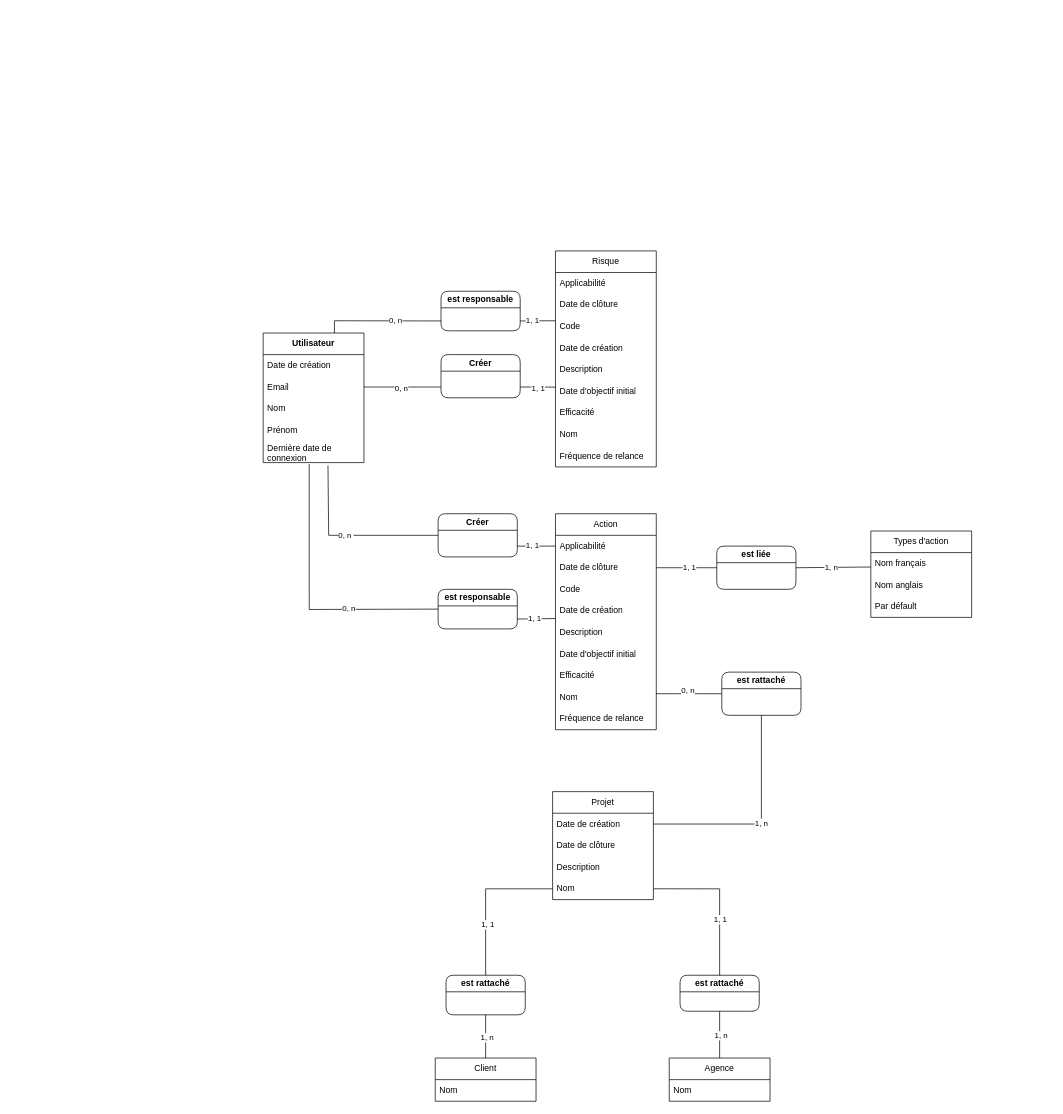
AlexandreLefay/GDR-CDA.draw.io keeps this draw.io diagram as mcd.drawio. Above is the earlier version. Source tidied: cells renumbered, new cells numbered last; positions are measured from the earlier drawing's top-left corner, leaving out a move shared by most shapes. Both pictures are drawn from the tidied source at 72%, with x=0, y=0 at pixel (263, 251).
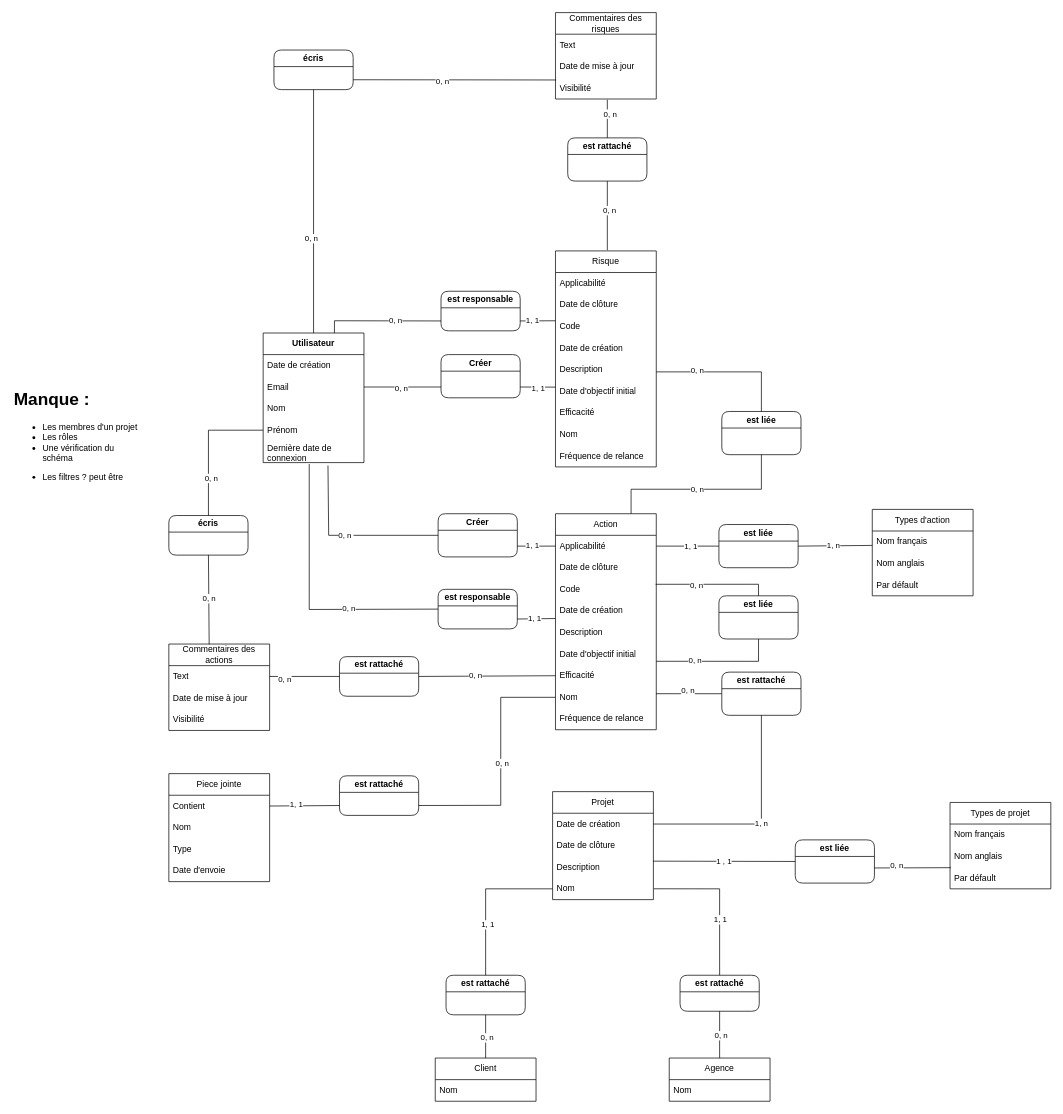
The same diagram, later.

Commit message:
Ajout des commentaires, pj.drawio

The change refers to these unchanged cells:
```xml
<mxCell id="7" value="&lt;b&gt;Utilisateur&lt;/b&gt;" style="swimlane;fontStyle=0;horizontal=1;startSize=30;whiteSpace=wrap;html=1;" parent="1" vertex="1">
  <mxGeometry y="114" width="140" height="180" as="geometry" />
</mxCell>
<mxCell id="11" value="Prénom" style="text;strokeColor=none;fillColor=none;align=left;verticalAlign=middle;spacingLeft=4;spacingRight=4;overflow=hidden;points=[[0,0.5],[1,0.5]];portConstraint=eastwest;whiteSpace=wrap;html=1;" parent="7" vertex="1">
  <mxGeometry y="120" width="140" height="30" as="geometry" />
</mxCell>
<mxCell id="13" value="Action" style="swimlane;fontStyle=0;horizontal=1;startSize=30;whiteSpace=wrap;html=1;" parent="1" vertex="1">
  <mxGeometry x="406" y="365" width="140" height="300" as="geometry" />
</mxCell>
<mxCell id="14" value="Applicabilité" style="text;strokeColor=none;fillColor=none;align=left;verticalAlign=middle;spacingLeft=4;spacingRight=4;overflow=hidden;points=[[0,0.5],[1,0.5]];portConstraint=eastwest;whiteSpace=wrap;html=1;" parent="13" vertex="1">
  <mxGeometry y="30" width="140" height="30" as="geometry" />
</mxCell>
<mxCell id="15" value="Date de clôture" style="text;strokeColor=none;fillColor=none;align=left;verticalAlign=middle;spacingLeft=4;spacingRight=4;overflow=hidden;points=[[0,0.5],[1,0.5]];portConstraint=eastwest;whiteSpace=wrap;html=1;" parent="13" vertex="1">
  <mxGeometry y="60" width="140" height="30" as="geometry" />
</mxCell>
<mxCell id="16" value="Code" style="text;strokeColor=none;fillColor=none;align=left;verticalAlign=middle;spacingLeft=4;spacingRight=4;overflow=hidden;points=[[0,0.5],[1,0.5]];portConstraint=eastwest;whiteSpace=wrap;html=1;" parent="13" vertex="1">
  <mxGeometry y="90" width="140" height="30" as="geometry" />
</mxCell>
<mxCell id="19" value="Date d'objectif initial" style="text;strokeColor=none;fillColor=none;align=left;verticalAlign=middle;spacingLeft=4;spacingRight=4;overflow=hidden;points=[[0,0.5],[1,0.5]];portConstraint=eastwest;whiteSpace=wrap;html=1;" parent="13" vertex="1">
  <mxGeometry y="180" width="140" height="30" as="geometry" />
</mxCell>
<mxCell id="20" value="Efficacité" style="text;strokeColor=none;fillColor=none;align=left;verticalAlign=middle;spacingLeft=4;spacingRight=4;overflow=hidden;points=[[0,0.5],[1,0.5]];portConstraint=eastwest;whiteSpace=wrap;html=1;" parent="13" vertex="1">
  <mxGeometry y="210" width="140" height="30" as="geometry" />
</mxCell>
<mxCell id="21" value="Nom" style="text;strokeColor=none;fillColor=none;align=left;verticalAlign=middle;spacingLeft=4;spacingRight=4;overflow=hidden;points=[[0,0.5],[1,0.5]];portConstraint=eastwest;whiteSpace=wrap;html=1;" parent="13" vertex="1">
  <mxGeometry y="240" width="140" height="30" as="geometry" />
</mxCell>
<mxCell id="40" value="Description" style="text;strokeColor=none;fillColor=none;align=left;verticalAlign=middle;spacingLeft=4;spacingRight=4;overflow=hidden;points=[[0,0.5],[1,0.5]];portConstraint=eastwest;whiteSpace=wrap;html=1;" parent="37" vertex="1">
  <mxGeometry y="90" width="140" height="30" as="geometry" />
</mxCell>
<mxCell id="47" style="endArrow=none;html=1;rounded=0;entryX=0;entryY=0.5;entryDx=0;entryDy=0;exitX=0.5;exitY=1;exitDx=0;exitDy=0;" parent="1" edge="1" source="44">
  <mxGeometry relative="1" as="geometry">
    <mxPoint x="309" y="1121" as="targetPoint" />
  </mxGeometry>
</mxCell>
<mxCell id="54" style="endArrow=none;html=1;rounded=0;entryX=0.5;entryY=0;entryDx=0;entryDy=0;exitX=0.5;exitY=1;exitDx=0;exitDy=0;" parent="1" edge="1" source="51" target="49">
  <mxGeometry relative="1" as="geometry" />
</mxCell>
```

Diff of the diagram source:
```diff
@@
     <mxCell id="23" value="Types d'action" style="swimlane;fontStyle=0;horizontal=1;startSize=30;whiteSpace=wrap;html=1;" parent="1" vertex="1">
-      <mxGeometry x="844" y="389" width="140" height="120" as="geometry" />
+      <mxGeometry x="846" y="359" width="140" height="120" as="geometry" />
     </mxCell>
@@
     <mxCell id="27" value="est liée" style="swimlane;whiteSpace=wrap;html=1;rounded=1;" parent="1" vertex="1">
-      <mxGeometry x="630" y="410" width="110" height="60" as="geometry" />
+      <mxGeometry x="633" y="380" width="110" height="60" as="geometry" />
     </mxCell>
-    <mxCell id="28" style="endArrow=none;html=1;rounded=0;entryX=0;entryY=0.5;entryDx=0;entryDy=0;exitX=1;exitY=0.5;exitDx=0;exitDy=0;" parent="1" edge="1" source="15" target="27">
+    <mxCell id="28" style="endArrow=none;html=1;rounded=0;entryX=0;entryY=0.5;entryDx=0;entryDy=0;exitX=1;exitY=0.5;exitDx=0;exitDy=0;" parent="1" edge="1" source="14" target="27">
       <mxGeometry relative="1" as="geometry" />
     </mxCell>
@@
-    <mxCell id="48" value="1, n" style="edgeLabel;html=1;align=center;verticalAlign=middle;" parent="47" vertex="1">
+    <mxCell id="48" value="0, n" style="edgeLabel;html=1;align=center;verticalAlign=middle;" parent="47" vertex="1">
       <mxGeometry x="0.02" y="1" relative="1" as="geometry" />
     </mxCell>
@@
-    <mxCell id="55" value="1, n" style="edgeLabel;html=1;align=center;verticalAlign=middle;" parent="54" vertex="1">
+    <mxCell id="55" value="0, n" style="edgeLabel;html=1;align=center;verticalAlign=middle;" parent="54" vertex="1">
       <mxGeometry x="0.02" y="1" relative="1" as="geometry" />
     </mxCell>
@@
+    <mxCell id="80" value="est liée" style="swimlane;whiteSpace=wrap;html=1;rounded=1;" parent="1" vertex="1">
+      <mxGeometry x="633" y="479" width="110" height="60" as="geometry" />
+    </mxCell>
+    <mxCell id="81" style="endArrow=none;html=1;rounded=0;entryX=0.5;entryY=1;entryDx=0;entryDy=0;exitX=1;exitY=0.832;exitDx=0;exitDy=0;exitPerimeter=0;" parent="1" edge="1" source="19" target="80">
+      <mxGeometry relative="1" as="geometry">
+        <Array as="points">
+          <mxPoint x="688" y="570" />
+        </Array>
+      </mxGeometry>
+    </mxCell>
+    <mxCell id="82" value="0, n" style="edgeLabel;html=1;align=center;verticalAlign=middle;" parent="81" vertex="1">
+      <mxGeometry x="-0.39" y="1" relative="1" as="geometry" />
+    </mxCell>
+    <mxCell id="83" style="endArrow=none;html=1;rounded=0;entryX=0.5;entryY=0;entryDx=0;entryDy=0;exitX=0.993;exitY=0.267;exitDx=0;exitDy=0;exitPerimeter=0;" parent="1" edge="1" source="16" target="80">
+      <mxGeometry relative="1" as="geometry">
+        <Array as="points">
+          <mxPoint x="688" y="463" />
+        </Array>
+      </mxGeometry>
+    </mxCell>
+    <mxCell id="84" value="0, n" style="edgeLabel;html=1;align=center;verticalAlign=middle;" parent="83" vertex="1">
+      <mxGeometry x="-0.29" relative="1" as="geometry" />
+    </mxCell>
+    <mxCell id="85" value="est liée" style="swimlane;whiteSpace=wrap;html=1;rounded=1;" parent="1" vertex="1">
+      <mxGeometry x="637" y="223" width="110" height="60" as="geometry" />
+    </mxCell>
+    <mxCell id="86" style="endArrow=none;html=1;rounded=0;entryX=0.5;entryY=0;entryDx=0;entryDy=0;" parent="1" edge="1" target="85">
+      <mxGeometry relative="1" as="geometry">
+        <mxPoint x="546" y="168" as="sourcePoint" />
+        <Array as="points">
+          <mxPoint x="692" y="168" />
+        </Array>
+      </mxGeometry>
+    </mxCell>
+    <mxCell id="87" value="0, n" style="edgeLabel;html=1;align=center;verticalAlign=middle;" parent="86" vertex="1">
+      <mxGeometry x="-0.44" y="3" relative="1" as="geometry" />
+    </mxCell>
+    <mxCell id="88" style="endArrow=none;html=1;rounded=0;entryX=0.5;entryY=1;entryDx=0;entryDy=0;exitX=0.75;exitY=0;exitDx=0;exitDy=0;" parent="1" edge="1" source="13" target="85">
+      <mxGeometry relative="1" as="geometry">
+        <Array as="points">
+          <mxPoint x="511" y="331" />
+          <mxPoint x="692" y="331" />
+        </Array>
+      </mxGeometry>
+    </mxCell>
+    <mxCell id="89" value="0, n" style="edgeLabel;html=1;align=center;verticalAlign=middle;" parent="88" vertex="1">
+      <mxGeometry x="-0.05" relative="1" as="geometry" />
+    </mxCell>
+    <mxCell id="90" value="est liée" style="swimlane;whiteSpace=wrap;html=1;rounded=1;" parent="1" vertex="1">
+      <mxGeometry x="739" y="818" width="110" height="60" as="geometry" />
+    </mxCell>
+    <mxCell id="91" value="1 , 1" style="endArrow=none;html=1;rounded=0;entryX=0;entryY=0.5;entryDx=0;entryDy=0;exitX=0.996;exitY=0.218;exitDx=0;exitDy=0;exitPerimeter=0;" parent="1" edge="1" source="40" target="90">
+      <mxGeometry relative="1" as="geometry" />
+    </mxCell>
+    <mxCell id="92" value="Types de projet" style="swimlane;fontStyle=0;horizontal=1;startSize=30;whiteSpace=wrap;html=1;" parent="1" vertex="1">
+      <mxGeometry x="954" y="766" width="140" height="120" as="geometry" />
+    </mxCell>
+    <mxCell id="93" value="Nom français" style="text;strokeColor=none;fillColor=none;align=left;verticalAlign=middle;spacingLeft=4;spacingRight=4;overflow=hidden;whiteSpace=wrap;html=1;" parent="92" vertex="1">
+      <mxGeometry y="30" width="140" height="30" as="geometry" />
+    </mxCell>
+    <mxCell id="94" value="Nom anglais" style="text;strokeColor=none;fillColor=none;align=left;verticalAlign=middle;spacingLeft=4;spacingRight=4;overflow=hidden;whiteSpace=wrap;html=1;" parent="92" vertex="1">
+      <mxGeometry y="60" width="140" height="30" as="geometry" />
+    </mxCell>
+    <mxCell id="95" value="Par défault" style="text;strokeColor=none;fillColor=none;align=left;verticalAlign=middle;spacingLeft=4;spacingRight=4;overflow=hidden;points=[[0,0.5],[1,0.5]];portConstraint=eastwest;whiteSpace=wrap;html=1;" parent="92" vertex="1">
+      <mxGeometry y="90" width="140" height="30" as="geometry" />
+    </mxCell>
+    <mxCell id="96" style="endArrow=none;html=1;rounded=0;entryX=0.009;entryY=0.02;entryDx=0;entryDy=0;entryPerimeter=0;" parent="1" edge="1" target="95">
+      <mxGeometry relative="1" as="geometry">
+        <mxPoint x="849" y="857" as="sourcePoint" />
+      </mxGeometry>
+    </mxCell>
+    <mxCell id="97" value="0, n" style="edgeLabel;html=1;align=center;verticalAlign=middle;" parent="96" vertex="1">
+      <mxGeometry x="-0.42" y="3" relative="1" as="geometry" />
+    </mxCell>
+    <mxCell id="98" value="Commentaires des risques" style="swimlane;fontStyle=0;horizontal=1;startSize=30;whiteSpace=wrap;html=1;" parent="1" vertex="1">
+      <mxGeometry x="406" y="-331" width="140" height="120" as="geometry" />
+    </mxCell>
+    <mxCell id="99" value="Text" style="text;strokeColor=none;fillColor=none;align=left;verticalAlign=middle;spacingLeft=4;spacingRight=4;overflow=hidden;whiteSpace=wrap;html=1;" parent="98" vertex="1">
+      <mxGeometry y="30" width="140" height="30" as="geometry" />
+    </mxCell>
+    <mxCell id="100" value="Date de mise à jour" style="text;strokeColor=none;fillColor=none;align=left;verticalAlign=middle;spacingLeft=4;spacingRight=4;overflow=hidden;whiteSpace=wrap;html=1;" parent="98" vertex="1">
+      <mxGeometry y="60" width="140" height="30" as="geometry" />
+    </mxCell>
+    <mxCell id="101" value="Visibilité" style="text;strokeColor=none;fillColor=none;align=left;verticalAlign=middle;spacingLeft=4;spacingRight=4;overflow=hidden;points=[[0,0.5],[1,0.5]];portConstraint=eastwest;whiteSpace=wrap;html=1;" parent="98" vertex="1">
+      <mxGeometry y="90" width="140" height="30" as="geometry" />
+    </mxCell>
+    <mxCell id="102" value="écris" style="swimlane;whiteSpace=wrap;html=1;rounded=1;" parent="1" vertex="1">
+      <mxGeometry x="15" y="-279" width="110" height="55" as="geometry" />
+    </mxCell>
+    <mxCell id="103" style="endArrow=none;html=1;rounded=0;exitX=0.5;exitY=0;exitDx=0;exitDy=0;entryX=0.5;entryY=1;entryDx=0;entryDy=0;" parent="1" edge="1" source="7" target="102">
+      <mxGeometry relative="1" as="geometry" />
+    </mxCell>
+    <mxCell id="104" value="0, n" style="edgeLabel;html=1;align=center;verticalAlign=middle;" parent="103" vertex="1">
+      <mxGeometry x="-0.22" y="4" relative="1" as="geometry" />
+    </mxCell>
+    <mxCell id="105" style="endArrow=none;html=1;rounded=0;exitX=1;exitY=0.75;exitDx=0;exitDy=0;entryX=0.007;entryY=0.119;entryDx=0;entryDy=0;entryPerimeter=0;" parent="1" edge="1" source="102" target="101">
+      <mxGeometry relative="1" as="geometry" />
+    </mxCell>
+    <mxCell id="106" value="0, n" style="edgeLabel;html=1;align=center;verticalAlign=middle;" parent="105" vertex="1">
+      <mxGeometry x="-0.12" y="-2" relative="1" as="geometry" />
+    </mxCell>
+    <mxCell id="107" value="est rattaché" style="swimlane;whiteSpace=wrap;html=1;rounded=1;" parent="1" vertex="1">
+      <mxGeometry x="423" y="-157" width="110" height="60" as="geometry" />
+    </mxCell>
+    <mxCell id="108" style="endArrow=none;html=1;rounded=0;exitX=0.5;exitY=0;exitDx=0;exitDy=0;" parent="1" edge="1" source="107">
+      <mxGeometry relative="1" as="geometry">
+        <mxPoint x="478" y="-210" as="targetPoint" />
+      </mxGeometry>
+    </mxCell>
+    <mxCell id="109" value="0, n" style="edgeLabel;html=1;align=center;verticalAlign=middle;" parent="108" vertex="1">
+      <mxGeometry x="0.28" y="-3" relative="1" as="geometry" />
+    </mxCell>
+    <mxCell id="110" style="endArrow=none;html=1;rounded=0;entryX=0.5;entryY=1;entryDx=0;entryDy=0;" parent="1" edge="1" target="107">
+      <mxGeometry relative="1" as="geometry">
+        <mxPoint x="478" y="-1" as="sourcePoint" />
+      </mxGeometry>
+    </mxCell>
+    <mxCell id="111" value="0, n" style="edgeLabel;html=1;align=center;verticalAlign=middle;" parent="110" vertex="1">
+      <mxGeometry x="0.17" y="-2" relative="1" as="geometry" />
+    </mxCell>
+    <mxCell id="112" value="Commentaires des actions" style="swimlane;fontStyle=0;horizontal=1;startSize=30;whiteSpace=wrap;html=1;" parent="1" vertex="1">
+      <mxGeometry x="-131" y="546" width="140" height="120" as="geometry" />
+    </mxCell>
+    <mxCell id="113" value="Text" style="text;strokeColor=none;fillColor=none;align=left;verticalAlign=middle;spacingLeft=4;spacingRight=4;overflow=hidden;points=[[0,0.5],[1,0.5]];portConstraint=eastwest;whiteSpace=wrap;html=1;" parent="112" vertex="1">
+      <mxGeometry y="30" width="140" height="30" as="geometry" />
+    </mxCell>
+    <mxCell id="114" value="Date de mise à jour" style="text;strokeColor=none;fillColor=none;align=left;verticalAlign=middle;spacingLeft=4;spacingRight=4;overflow=hidden;whiteSpace=wrap;html=1;" parent="112" vertex="1">
+      <mxGeometry y="60" width="140" height="30" as="geometry" />
+    </mxCell>
+    <mxCell id="115" value="Visibilité" style="text;strokeColor=none;fillColor=none;align=left;verticalAlign=middle;spacingLeft=4;spacingRight=4;overflow=hidden;whiteSpace=wrap;html=1;" parent="112" vertex="1">
+      <mxGeometry y="90" width="140" height="30" as="geometry" />
+    </mxCell>
+    <mxCell id="116" value="est rattaché" style="swimlane;whiteSpace=wrap;html=1;rounded=1;startSize=23;" parent="1" vertex="1">
+      <mxGeometry x="106" y="563.5" width="110" height="55" as="geometry" />
+    </mxCell>
+    <mxCell id="117" style="endArrow=none;html=1;rounded=0;exitX=1;exitY=0.5;exitDx=0;exitDy=0;entryX=0;entryY=0.5;entryDx=0;entryDy=0;" parent="1" edge="1" source="113" target="116">
+      <mxGeometry relative="1" as="geometry" />
+    </mxCell>
+    <mxCell id="118" value="0, n" style="edgeLabel;html=1;align=center;verticalAlign=middle;" parent="117" vertex="1">
+      <mxGeometry x="-0.58" y="-3" relative="1" as="geometry" />
+    </mxCell>
+    <mxCell id="119" style="endArrow=none;html=1;rounded=0;entryX=0;entryY=0.5;entryDx=0;entryDy=0;exitX=1;exitY=0.5;exitDx=0;exitDy=0;" parent="1" edge="1" source="116" target="20">
+      <mxGeometry relative="1" as="geometry" />
+    </mxCell>
+    <mxCell id="120" value="0, n" style="edgeLabel;html=1;align=center;verticalAlign=middle;" parent="119" vertex="1">
+      <mxGeometry x="-0.17" y="2" relative="1" as="geometry" />
+    </mxCell>
+    <mxCell id="121" value="écris" style="swimlane;whiteSpace=wrap;html=1;rounded=1;" parent="1" vertex="1">
+      <mxGeometry x="-131" y="367.5" width="110" height="55" as="geometry" />
+    </mxCell>
+    <mxCell id="122" style="endArrow=none;html=1;rounded=0;exitX=0.4;exitY=0.004;exitDx=0;exitDy=0;exitPerimeter=0;entryX=0.5;entryY=1;entryDx=0;entryDy=0;" parent="1" edge="1" source="112" target="121">
+      <mxGeometry relative="1" as="geometry" />
+    </mxCell>
+    <mxCell id="123" value="0, n" style="edgeLabel;html=1;align=center;verticalAlign=middle;" parent="122" vertex="1">
+      <mxGeometry x="0.04" relative="1" as="geometry" />
+    </mxCell>
+    <mxCell id="124" style="endArrow=none;html=1;rounded=0;entryX=0;entryY=0.5;entryDx=0;entryDy=0;exitX=0.5;exitY=0;exitDx=0;exitDy=0;" parent="1" edge="1" source="121" target="11">
+      <mxGeometry relative="1" as="geometry">
+        <Array as="points">
+          <mxPoint x="-76" y="249" />
+        </Array>
+      </mxGeometry>
+    </mxCell>
+    <mxCell id="125" value="0, n" style="edgeLabel;html=1;align=center;verticalAlign=middle;" parent="124" vertex="1">
+      <mxGeometry x="-0.47" y="-3" relative="1" as="geometry" />
+    </mxCell>
+    <mxCell id="126" value="est rattaché" style="swimlane;whiteSpace=wrap;html=1;rounded=1;startSize=23;" parent="1" vertex="1">
+      <mxGeometry x="106" y="729" width="110" height="55" as="geometry" />
+    </mxCell>
+    <mxCell id="127" value="Piece jointe" style="swimlane;fontStyle=0;horizontal=1;startSize=30;whiteSpace=wrap;html=1;" parent="1" vertex="1">
+      <mxGeometry x="-131" y="726" width="140" height="150" as="geometry" />
+    </mxCell>
+    <mxCell id="128" value="Contient" style="text;strokeColor=none;fillColor=none;align=left;verticalAlign=middle;spacingLeft=4;spacingRight=4;overflow=hidden;points=[[0,0.5],[1,0.5]];portConstraint=eastwest;whiteSpace=wrap;html=1;" parent="127" vertex="1">
+      <mxGeometry y="30" width="140" height="30" as="geometry" />
+    </mxCell>
+    <mxCell id="129" value="Nom" style="text;strokeColor=none;fillColor=none;align=left;verticalAlign=middle;spacingLeft=4;spacingRight=4;overflow=hidden;whiteSpace=wrap;html=1;" parent="127" vertex="1">
+      <mxGeometry y="60" width="140" height="30" as="geometry" />
+    </mxCell>
+    <mxCell id="130" value="Type" style="text;strokeColor=none;fillColor=none;align=left;verticalAlign=middle;spacingLeft=4;spacingRight=4;overflow=hidden;whiteSpace=wrap;html=1;" parent="127" vertex="1">
+      <mxGeometry y="90" width="140" height="30" as="geometry" />
+    </mxCell>
+    <mxCell id="131" value="Date d'envoie" style="text;strokeColor=none;fillColor=none;align=left;verticalAlign=middle;spacingLeft=4;spacingRight=4;overflow=hidden;whiteSpace=wrap;html=1;" parent="127" vertex="1">
+      <mxGeometry y="120" width="140" height="30" as="geometry" />
+    </mxCell>
+    <mxCell id="132" style="endArrow=none;html=1;rounded=0;exitX=1;exitY=0.5;exitDx=0;exitDy=0;entryX=0;entryY=0.75;entryDx=0;entryDy=0;" parent="1" edge="1" source="128" target="126">
+      <mxGeometry relative="1" as="geometry" />
+    </mxCell>
+    <mxCell id="133" value="1, 1" style="edgeLabel;html=1;align=center;verticalAlign=middle;" parent="132" vertex="1">
+      <mxGeometry x="-0.24" y="2" relative="1" as="geometry" />
+    </mxCell>
+    <mxCell id="134" style="endArrow=none;html=1;rounded=0;entryX=0;entryY=0.5;entryDx=0;entryDy=0;exitX=1;exitY=0.75;exitDx=0;exitDy=0;" parent="1" edge="1" source="126" target="21">
+      <mxGeometry relative="1" as="geometry">
+        <Array as="points">
+          <mxPoint x="330" y="770" />
+          <mxPoint x="330" y="620" />
+        </Array>
+      </mxGeometry>
+    </mxCell>
+    <mxCell id="135" value="0, n" style="edgeLabel;html=1;align=center;verticalAlign=middle;" parent="134" vertex="1">
+      <mxGeometry x="0.02" y="-1" relative="1" as="geometry" />
+    </mxCell>
+    <mxCell id="136" value="&lt;h1 style=&quot;margin-top: 0px;&quot;&gt;Manque :&amp;nbsp;&lt;/h1&gt;&lt;p&gt;&lt;/p&gt;&lt;ul&gt;&lt;li&gt;Les membres d'un projet&lt;/li&gt;&lt;li&gt;Les rôles&lt;/li&gt;&lt;li&gt;Une vérification du schéma&amp;nbsp;&lt;p style=&quot;forced-color-adjust: none; color: rgb(0, 0, 0); font-family: Helvetica; font-size: 12px; font-style: normal; font-variant-ligatures: normal; font-variant-caps: normal; font-weight: 400; letter-spacing: normal; orphans: 2; text-align: left; text-indent: 0px; text-transform: none; widows: 2; word-spacing: 0px; -webkit-text-stroke-width: 0px; white-space: normal; background-color: rgb(251, 251, 251); text-decoration-thickness: initial; text-decoration-style: initial; text-decoration-color: initial;&quot;&gt;&lt;/p&gt;&lt;/li&gt;&lt;li&gt;Les filtres ? peut être&lt;/li&gt;&lt;/ul&gt;&lt;p&gt;&lt;/p&gt;" style="text;html=1;whiteSpace=wrap;overflow=hidden;rounded=0;" parent="1" vertex="1">
+      <mxGeometry x="-348" y="186" width="180" height="182" as="geometry" />
+    </mxCell>
```
